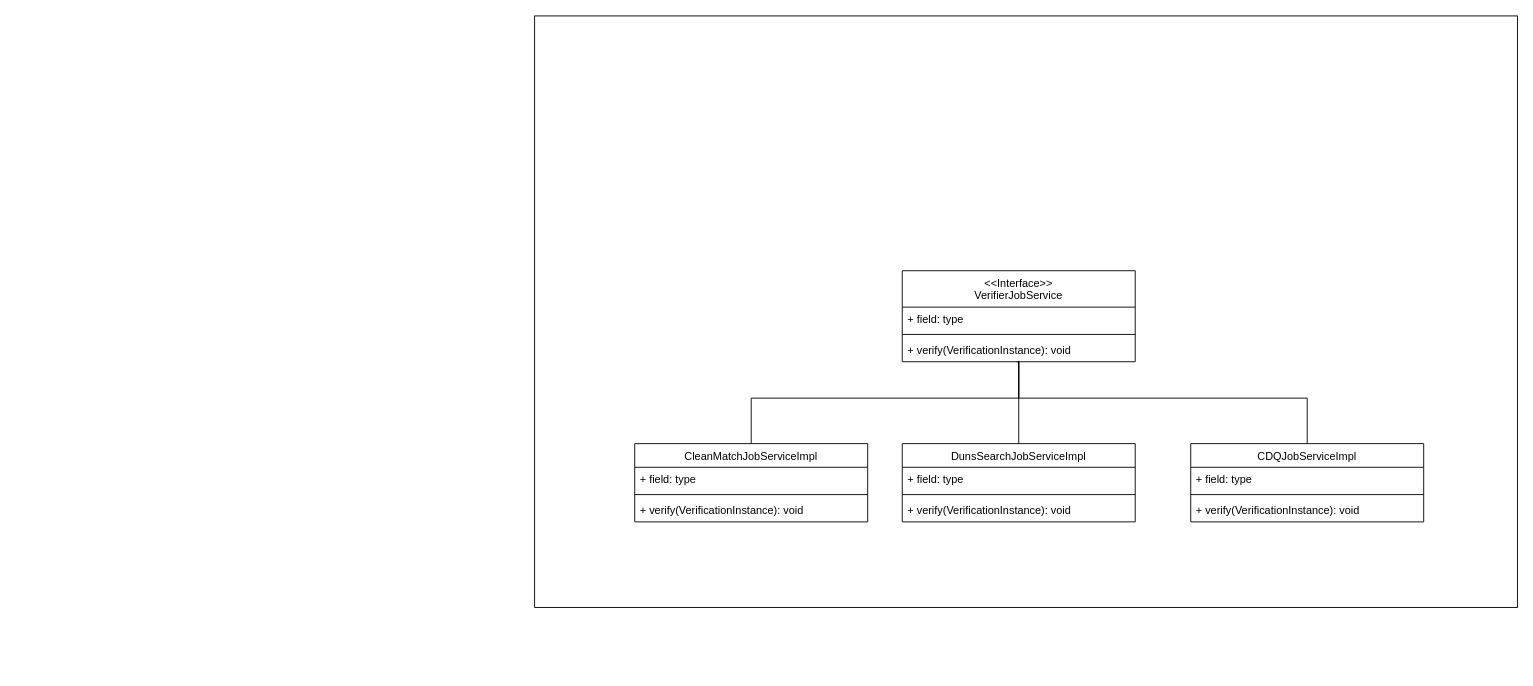
Earlier version of the draw.io diagram page "Page-8" (9 of 9) of verification_framework.drawio (huangshijie/Drawio). Source tidied: cells renumbered, new cells numbered last; positions are measured from the earlier drawing's top-left corner, leaving out a move shared by most shapes. Both pictures are drawn from the tidied source at 91%, with x=0, y=0 at pixel (534, 15).
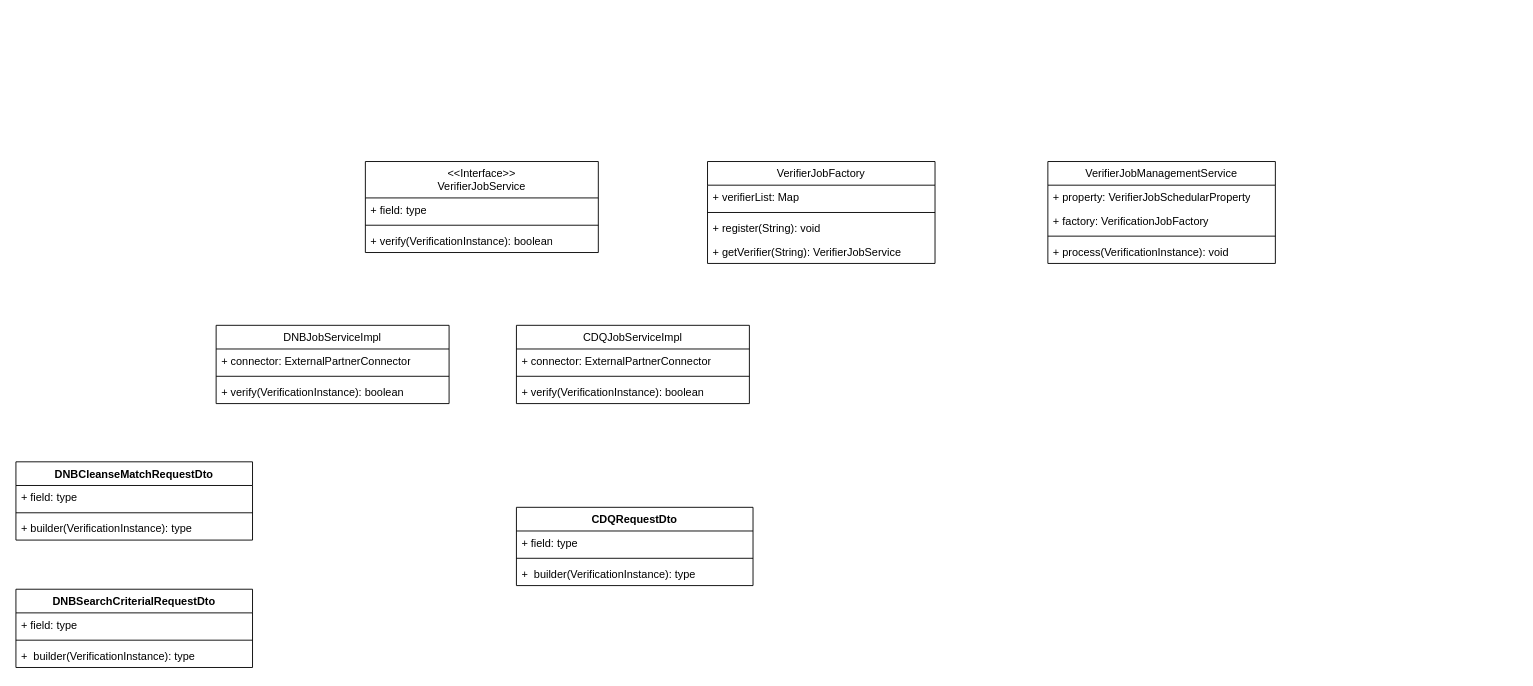
The same diagram, later.

Change to the diagram source:
```diff
@@
-    <mxCell id="2" style="rounded=0;whiteSpace=wrap;html=1;" parent="1" vertex="1">
-      <mxGeometry width="1080" height="650" as="geometry" />
-    </mxCell>
     <mxCell id="3" value="&lt;div style=&quot;font-weight: 400;&quot;&gt;&amp;lt;&amp;lt;Interface&amp;gt;&amp;gt;&lt;/div&gt;&lt;span style=&quot;font-weight: 400;&quot;&gt;VerifierJobService&lt;/span&gt;" style="swimlane;fontStyle=1;align=center;verticalAlign=top;horizontal=1;startSize=40;whiteSpace=wrap;html=1;" parent="1" vertex="1">
-      <mxGeometry x="404" y="280" width="256" height="100" as="geometry" />
+      <mxGeometry x="-186" y="160" width="256" height="100" as="geometry" />
     </mxCell>
@@
-    <mxCell id="6" value="+ verify(VerificationInstance): void" style="text;strokeColor=none;fillColor=none;align=left;verticalAlign=top;spacingLeft=4;spacingRight=4;overflow=hidden;points=[[0,0.5],[1,0.5]];portConstraint=eastwest;whiteSpace=wrap;html=1;" parent="3" vertex="1">
+    <mxCell id="6" value="+ verify(VerificationInstance): boolean" style="text;strokeColor=none;fillColor=none;align=left;verticalAlign=top;spacingLeft=4;spacingRight=4;overflow=hidden;points=[[0,0.5],[1,0.5]];portConstraint=eastwest;whiteSpace=wrap;html=1;" parent="3" vertex="1">
       <mxGeometry y="74" width="256" height="26" as="geometry" />
     </mxCell>
-    <mxCell id="7" value="&lt;span style=&quot;font-weight: 400;&quot;&gt;CleanMatchJobServiceImpl&lt;/span&gt;" style="swimlane;fontStyle=1;align=center;verticalAlign=top;horizontal=1;startSize=26;whiteSpace=wrap;html=1;" parent="1" vertex="1">
-      <mxGeometry x="110" y="470" width="256" height="86" as="geometry" />
+    <mxCell id="7" value="&lt;span style=&quot;font-weight: 400;&quot;&gt;DNBJobServiceImpl&lt;/span&gt;" style="swimlane;fontStyle=1;align=center;verticalAlign=top;horizontal=1;startSize=26;whiteSpace=wrap;html=1;" parent="1" vertex="1">
+      <mxGeometry x="-350" y="340" width="256" height="86" as="geometry" />
     </mxCell>
-    <mxCell id="8" value="+ field: type" style="text;strokeColor=none;fillColor=none;align=left;verticalAlign=top;spacingLeft=4;spacingRight=4;overflow=hidden;whiteSpace=wrap;html=1;" parent="7" vertex="1">
+    <mxCell id="8" value="+ connector: ExternalPartnerConnector" style="text;strokeColor=none;fillColor=none;align=left;verticalAlign=top;spacingLeft=4;spacingRight=4;overflow=hidden;whiteSpace=wrap;html=1;" parent="7" vertex="1">
       <mxGeometry y="26" width="256" height="26" as="geometry" />
     </mxCell>
@@
-    <mxCell id="10" value="+ verify(VerificationInstance): void" style="text;strokeColor=none;fillColor=none;align=left;verticalAlign=top;spacingLeft=4;spacingRight=4;overflow=hidden;whiteSpace=wrap;html=1;" parent="7" vertex="1">
+    <mxCell id="10" value="+ verify(VerificationInstance): boolean" style="text;strokeColor=none;fillColor=none;align=left;verticalAlign=top;spacingLeft=4;spacingRight=4;overflow=hidden;whiteSpace=wrap;html=1;" parent="7" vertex="1">
       <mxGeometry y="60" width="256" height="26" as="geometry" />
     </mxCell>
-    <mxCell id="11" value="&lt;span style=&quot;font-weight: 400;&quot;&gt;DunsSearchJobServiceImpl&lt;/span&gt;" style="swimlane;fontStyle=1;align=center;verticalAlign=top;horizontal=1;startSize=26;whiteSpace=wrap;html=1;" parent="1" vertex="1">
-      <mxGeometry x="404" y="470" width="256" height="86" as="geometry" />
-    </mxCell>
-    <mxCell id="12" value="+ field: type" style="text;strokeColor=none;fillColor=none;align=left;verticalAlign=top;spacingLeft=4;spacingRight=4;overflow=hidden;whiteSpace=wrap;html=1;" parent="11" vertex="1">
-      <mxGeometry y="26" width="256" height="26" as="geometry" />
-    </mxCell>
-    <mxCell id="13" style="line;strokeWidth=1;fillColor=none;align=left;verticalAlign=middle;spacingTop=-1;spacingLeft=3;spacingRight=3;labelPosition=right;strokeColor=inherit;" parent="11" vertex="1">
-      <mxGeometry y="52" width="256" height="8" as="geometry" />
-    </mxCell>
-    <mxCell id="14" value="+ verify(VerificationInstance): void" style="text;strokeColor=none;fillColor=none;align=left;verticalAlign=top;spacingLeft=4;spacingRight=4;overflow=hidden;whiteSpace=wrap;html=1;" parent="11" vertex="1">
-      <mxGeometry y="60" width="256" height="26" as="geometry" />
-    </mxCell>
-    <mxCell id="15" value="&lt;span style=&quot;font-weight: 400;&quot;&gt;CDQJobServiceImpl&lt;/span&gt;" style="swimlane;fontStyle=1;align=center;verticalAlign=top;horizontal=1;startSize=26;whiteSpace=wrap;html=1;" parent="1" vertex="1">
-      <mxGeometry x="721" y="470" width="256" height="86" as="geometry" />
-    </mxCell>
-    <mxCell id="16" value="+ field: type" style="text;strokeColor=none;fillColor=none;align=left;verticalAlign=top;spacingLeft=4;spacingRight=4;overflow=hidden;whiteSpace=wrap;html=1;" parent="15" vertex="1">
-      <mxGeometry y="26" width="256" height="26" as="geometry" />
-    </mxCell>
-    <mxCell id="17" style="line;strokeWidth=1;fillColor=none;align=left;verticalAlign=middle;spacingTop=-1;spacingLeft=3;spacingRight=3;labelPosition=right;strokeColor=inherit;" parent="15" vertex="1">
-      <mxGeometry y="52" width="256" height="8" as="geometry" />
-    </mxCell>
-    <mxCell id="18" value="+ verify(VerificationInstance): void" style="text;strokeColor=none;fillColor=none;align=left;verticalAlign=top;spacingLeft=4;spacingRight=4;overflow=hidden;whiteSpace=wrap;html=1;" parent="15" vertex="1">
-      <mxGeometry y="60" width="256" height="26" as="geometry" />
-    </mxCell>
-    <mxCell id="19" style="endArrow=none;html=1;rounded=0;exitX=0.5;exitY=0;exitDx=0;exitDy=0;edgeStyle=orthogonalEdgeStyle;" parent="1" edge="1" source="7">
-      <mxGeometry relative="1" as="geometry">
-        <mxPoint x="530" y="380" as="targetPoint" />
-        <Array as="points">
-          <mxPoint x="238" y="420" />
-          <mxPoint x="532" y="420" />
-        </Array>
-      </mxGeometry>
-    </mxCell>
-    <mxCell id="20" style="endArrow=none;html=1;rounded=0;exitX=0.5;exitY=0;exitDx=0;exitDy=0;" parent="1" edge="1" source="11">
-      <mxGeometry relative="1" as="geometry">
-        <mxPoint x="532" y="380" as="targetPoint" />
-      </mxGeometry>
-    </mxCell>
-    <mxCell id="21" style="endArrow=none;html=1;rounded=0;exitX=0.5;exitY=0.962;exitDx=0;exitDy=0;exitPerimeter=0;entryX=0.5;entryY=0;entryDx=0;entryDy=0;edgeStyle=orthogonalEdgeStyle;" parent="1" edge="1" source="6" target="15">
-      <mxGeometry relative="1" as="geometry">
-        <Array as="points">
-          <mxPoint x="532" y="420" />
-          <mxPoint x="849" y="420" />
-        </Array>
-      </mxGeometry>
-    </mxCell>
+    <mxCell id="22" value="&lt;span style=&quot;font-weight: 400;&quot;&gt;CDQ&lt;/span&gt;&lt;span style=&quot;font-weight: 400;&quot;&gt;Job&lt;/span&gt;&lt;span style=&quot;font-weight: 400;&quot;&gt;ServiceImpl&lt;/span&gt;" style="swimlane;fontStyle=1;align=center;verticalAlign=top;horizontal=1;startSize=26;whiteSpace=wrap;html=1;" parent="1" vertex="1">
+      <mxGeometry x="-20" y="340" width="256" height="86" as="geometry" />
+    </mxCell>
+    <mxCell id="23" value="+ connector: ExternalPartnerConnector" style="text;strokeColor=none;fillColor=none;align=left;verticalAlign=top;spacingLeft=4;spacingRight=4;overflow=hidden;whiteSpace=wrap;html=1;" parent="22" vertex="1">
+      <mxGeometry y="26" width="256" height="26" as="geometry" />
+    </mxCell>
+    <mxCell id="24" style="line;strokeWidth=1;fillColor=none;align=left;verticalAlign=middle;spacingTop=-1;spacingLeft=3;spacingRight=3;labelPosition=right;strokeColor=inherit;" parent="22" vertex="1">
+      <mxGeometry y="52" width="256" height="8" as="geometry" />
+    </mxCell>
+    <mxCell id="25" value="+ verify(VerificationInstance): boolean" style="text;strokeColor=none;fillColor=none;align=left;verticalAlign=top;spacingLeft=4;spacingRight=4;overflow=hidden;whiteSpace=wrap;html=1;" parent="22" vertex="1">
+      <mxGeometry y="60" width="256" height="26" as="geometry" />
+    </mxCell>
+    <mxCell id="26" value="&lt;span style=&quot;font-weight: 400;&quot;&gt;VerifierJobFactory&lt;/span&gt;" style="swimlane;fontStyle=1;align=center;verticalAlign=top;horizontal=1;startSize=26;whiteSpace=wrap;html=1;" parent="1" vertex="1">
+      <mxGeometry x="190" y="160" width="250" height="112" as="geometry" />
+    </mxCell>
+    <mxCell id="27" value="+ verifierList: Map" style="text;strokeColor=none;fillColor=none;align=left;verticalAlign=top;spacingLeft=4;spacingRight=4;overflow=hidden;whiteSpace=wrap;html=1;" parent="26" vertex="1">
+      <mxGeometry y="26" width="250" height="26" as="geometry" />
+    </mxCell>
+    <mxCell id="28" style="line;strokeWidth=1;fillColor=none;align=left;verticalAlign=middle;spacingTop=-1;spacingLeft=3;spacingRight=3;labelPosition=right;strokeColor=inherit;" parent="26" vertex="1">
+      <mxGeometry y="52" width="250" height="8" as="geometry" />
+    </mxCell>
+    <mxCell id="29" value="+ register(String): void" style="text;strokeColor=none;fillColor=none;align=left;verticalAlign=top;spacingLeft=4;spacingRight=4;overflow=hidden;whiteSpace=wrap;html=1;" parent="26" vertex="1">
+      <mxGeometry y="60" width="250" height="26" as="geometry" />
+    </mxCell>
+    <mxCell id="30" value="+ getVerifier(String): VerifierJobService" style="text;strokeColor=none;fillColor=none;align=left;verticalAlign=top;spacingLeft=4;spacingRight=4;overflow=hidden;whiteSpace=wrap;html=1;" parent="26" vertex="1">
+      <mxGeometry y="86" width="250" height="26" as="geometry" />
+    </mxCell>
+    <mxCell id="31" value="&lt;span style=&quot;font-weight: 400;&quot;&gt;VerifierJobManagementService&lt;/span&gt;" style="swimlane;fontStyle=1;align=center;verticalAlign=top;horizontal=1;startSize=26;whiteSpace=wrap;html=1;" parent="1" vertex="1">
+      <mxGeometry x="564" y="160" width="250" height="112" as="geometry" />
+    </mxCell>
+    <mxCell id="32" value="+ property: VerifierJobSchedularProperty" style="text;strokeColor=none;fillColor=none;align=left;verticalAlign=top;spacingLeft=4;spacingRight=4;overflow=hidden;whiteSpace=wrap;html=1;" parent="31" vertex="1">
+      <mxGeometry y="26" width="250" height="26" as="geometry" />
+    </mxCell>
+    <mxCell id="33" value="+ factory: VerificationJobFactory" style="text;strokeColor=none;fillColor=none;align=left;verticalAlign=top;spacingLeft=4;spacingRight=4;overflow=hidden;whiteSpace=wrap;html=1;" parent="31" vertex="1">
+      <mxGeometry y="52" width="250" height="26" as="geometry" />
+    </mxCell>
+    <mxCell id="34" style="line;strokeWidth=1;fillColor=none;align=left;verticalAlign=middle;spacingTop=-1;spacingLeft=3;spacingRight=3;labelPosition=right;strokeColor=inherit;" parent="31" vertex="1">
+      <mxGeometry y="78" width="250" height="8" as="geometry" />
+    </mxCell>
+    <mxCell id="35" value="+ process(VerificationInstance): void" style="text;strokeColor=none;fillColor=none;align=left;verticalAlign=top;spacingLeft=4;spacingRight=4;overflow=hidden;whiteSpace=wrap;html=1;" parent="31" vertex="1">
+      <mxGeometry y="86" width="250" height="26" as="geometry" />
+    </mxCell>
+    <mxCell id="36" value="DNBCleanseMatchRequestDto" style="swimlane;fontStyle=1;align=center;verticalAlign=top;horizontal=1;startSize=26;whiteSpace=wrap;html=1;" parent="1" vertex="1">
+      <mxGeometry x="-570" y="490" width="260" height="86" as="geometry" />
+    </mxCell>
+    <mxCell id="37" value="+ field: type" style="text;strokeColor=none;fillColor=none;align=left;verticalAlign=top;spacingLeft=4;spacingRight=4;overflow=hidden;whiteSpace=wrap;html=1;" parent="36" vertex="1">
+      <mxGeometry y="26" width="260" height="26" as="geometry" />
+    </mxCell>
+    <mxCell id="38" style="line;strokeWidth=1;fillColor=none;align=left;verticalAlign=middle;spacingTop=-1;spacingLeft=3;spacingRight=3;labelPosition=right;strokeColor=inherit;" parent="36" vertex="1">
+      <mxGeometry y="52" width="260" height="8" as="geometry" />
+    </mxCell>
+    <mxCell id="39" value="+ builder(VerificationInstance): type" style="text;strokeColor=none;fillColor=none;align=left;verticalAlign=top;spacingLeft=4;spacingRight=4;overflow=hidden;whiteSpace=wrap;html=1;" parent="36" vertex="1">
+      <mxGeometry y="60" width="260" height="26" as="geometry" />
+    </mxCell>
+    <mxCell id="40" value="DNBSearchCriterialRequestDto" style="swimlane;fontStyle=1;align=center;verticalAlign=top;horizontal=1;startSize=26;whiteSpace=wrap;html=1;" parent="1" vertex="1">
+      <mxGeometry x="-570" y="630" width="260" height="86" as="geometry" />
+    </mxCell>
+    <mxCell id="41" value="+ field: type" style="text;strokeColor=none;fillColor=none;align=left;verticalAlign=top;spacingLeft=4;spacingRight=4;overflow=hidden;whiteSpace=wrap;html=1;" parent="40" vertex="1">
+      <mxGeometry y="26" width="260" height="26" as="geometry" />
+    </mxCell>
+    <mxCell id="42" style="line;strokeWidth=1;fillColor=none;align=left;verticalAlign=middle;spacingTop=-1;spacingLeft=3;spacingRight=3;labelPosition=right;strokeColor=inherit;" parent="40" vertex="1">
+      <mxGeometry y="52" width="260" height="8" as="geometry" />
+    </mxCell>
+    <mxCell id="43" value="+&amp;nbsp;&amp;nbsp;builder(VerificationInstance): type" style="text;strokeColor=none;fillColor=none;align=left;verticalAlign=top;spacingLeft=4;spacingRight=4;overflow=hidden;whiteSpace=wrap;html=1;" parent="40" vertex="1">
+      <mxGeometry y="60" width="260" height="26" as="geometry" />
+    </mxCell>
+    <mxCell id="44" value="CDQRequestDto" style="swimlane;fontStyle=1;align=center;verticalAlign=top;horizontal=1;startSize=26;whiteSpace=wrap;html=1;" parent="1" vertex="1">
+      <mxGeometry x="-20" y="540" width="260" height="86" as="geometry" />
+    </mxCell>
+    <mxCell id="45" value="+ field: type" style="text;strokeColor=none;fillColor=none;align=left;verticalAlign=top;spacingLeft=4;spacingRight=4;overflow=hidden;whiteSpace=wrap;html=1;" parent="44" vertex="1">
+      <mxGeometry y="26" width="260" height="26" as="geometry" />
+    </mxCell>
+    <mxCell id="46" style="line;strokeWidth=1;fillColor=none;align=left;verticalAlign=middle;spacingTop=-1;spacingLeft=3;spacingRight=3;labelPosition=right;strokeColor=inherit;" parent="44" vertex="1">
+      <mxGeometry y="52" width="260" height="8" as="geometry" />
+    </mxCell>
+    <mxCell id="47" value="+&amp;nbsp;&amp;nbsp;builder(VerificationInstance): type" style="text;strokeColor=none;fillColor=none;align=left;verticalAlign=top;spacingLeft=4;spacingRight=4;overflow=hidden;whiteSpace=wrap;html=1;" parent="44" vertex="1">
+      <mxGeometry y="60" width="260" height="26" as="geometry" />
+    </mxCell>
```
